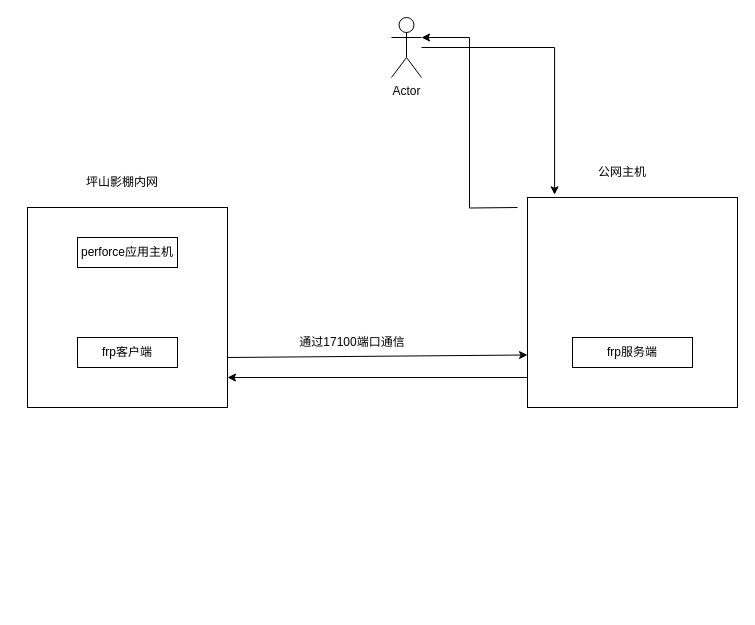
Above: 影棚网络.drawio in phh2008/gotest2 (draw.io), before the change. Source tidied: cells renumbered, new cells numbered last; positions are measured from the earlier drawing's top-left corner, leaving out a move shared by most shapes. Both pictures are drawn from the tidied source at 100%, with x=0, y=0 at pixel (27, 17). Pictures stored in the file or linked from it are replaced by grey dashed boxes.
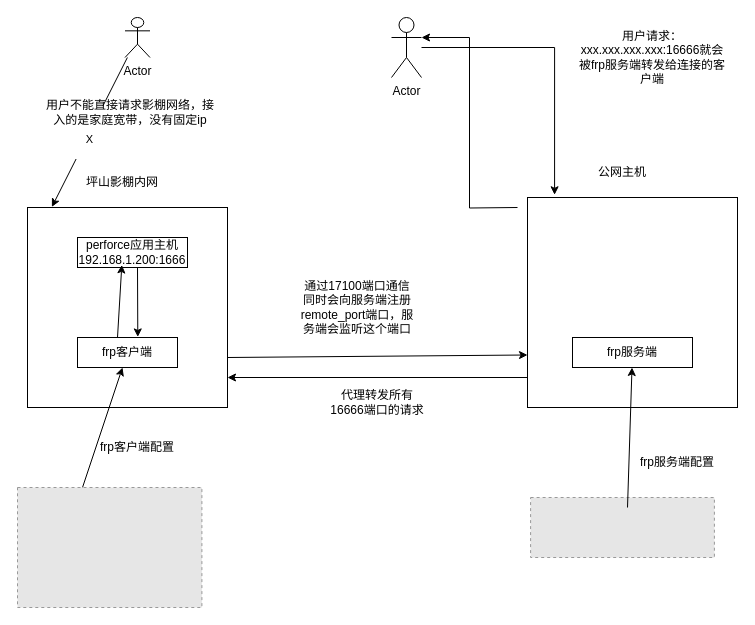
After the change.

Commit message (it also covers changes not shown here):
更新影棚网络.drawio

Unchanged cells that the change refers to:
```xml
<mxCell id="2" style="whiteSpace=wrap;html=1;" parent="1" vertex="1">
  <mxGeometry y="190" width="200" height="200" as="geometry" />
</mxCell>
<mxCell id="5" value="frp客户端" style="rounded=0;whiteSpace=wrap;html=1;" parent="1" vertex="1">
  <mxGeometry x="50" y="320" width="100" height="30" as="geometry" />
</mxCell>
<mxCell id="9" value="frp服务端" style="rounded=0;whiteSpace=wrap;html=1;" parent="1" vertex="1">
  <mxGeometry x="545" y="320" width="120" height="30" as="geometry" />
</mxCell>
```

What changed in the source:
```diff
@@
-    <mxCell id="4" value="perforce应用主机" style="rounded=0;whiteSpace=wrap;html=1;" parent="1" vertex="1">
-      <mxGeometry x="50" y="220" width="100" height="30" as="geometry" />
+    <mxCell id="4" value="perforce应用主机&lt;br&gt;192.168.1.200:1666" style="rounded=0;whiteSpace=wrap;html=1;" parent="1" vertex="1">
+      <mxGeometry x="50" y="220" width="110" height="30" as="geometry" />
     </mxCell>
@@
-    <mxCell id="14" value="通过17100端口通信" style="text;html=1;strokeColor=none;fillColor=none;align=center;verticalAlign=middle;whiteSpace=wrap;rounded=0;" parent="1" vertex="1">
-      <mxGeometry x="270" y="310" width="110" height="30" as="geometry" />
+    <mxCell id="14" value="通过17100端口通信&lt;br&gt;同时会向服务端注册remote_port端口，服务端会监听这个端口" style="text;html=1;strokeColor=none;fillColor=none;align=center;verticalAlign=middle;whiteSpace=wrap;rounded=0;" parent="1" vertex="1">
+      <mxGeometry x="270" y="275" width="120" height="30" as="geometry" />
     </mxCell>
+    <mxCell id="15" value="用户请求：xxx.xxx.xxx.xxx:16666就会被frp服务端转发给连接的客户端" style="text;html=1;strokeColor=none;fillColor=none;align=center;verticalAlign=middle;whiteSpace=wrap;rounded=0;" parent="1" vertex="1">
+      <mxGeometry x="550" y="30" width="150" height="20" as="geometry" />
+    </mxCell>
+    <mxCell id="16" style="endArrow=classic;html=1;rounded=0;" parent="1" edge="1" target="5">
+      <mxGeometry relative="1" as="geometry">
+        <mxPoint x="55" y="470" as="sourcePoint" />
+      </mxGeometry>
+    </mxCell>
+    <mxCell id="17" value="frp客户端配置" style="text;html=1;strokeColor=none;fillColor=none;align=center;verticalAlign=middle;whiteSpace=wrap;rounded=0;" parent="1" vertex="1">
+      <mxGeometry x="70" y="420" width="80" height="20" as="geometry" />
+    </mxCell>
+    <mxCell id="18" style="fillColor=#E6E6E6;strokeColor=#999999;dashed=1;verticalLabelPosition=bottom;labelBackgroundColor=default;verticalAlign=top;" parent="1" vertex="1">
+      <mxGeometry x="503.1" y="480" width="183.8" height="60" as="geometry" />
+    </mxCell>
+    <mxCell id="19" style="endArrow=classic;html=1;rounded=0;" parent="1" edge="1" target="9">
+      <mxGeometry relative="1" as="geometry">
+        <mxPoint x="600" y="490" as="sourcePoint" />
+      </mxGeometry>
+    </mxCell>
+    <mxCell id="20" value="frp服务端配置" style="text;html=1;strokeColor=none;fillColor=none;align=center;verticalAlign=middle;whiteSpace=wrap;rounded=0;" parent="1" vertex="1">
+      <mxGeometry x="610" y="430" width="80" height="30" as="geometry" />
+    </mxCell>
+    <mxCell id="21" value="代理转发所有16666端口的请求" style="text;html=1;strokeColor=none;fillColor=none;align=center;verticalAlign=middle;whiteSpace=wrap;rounded=0;" parent="1" vertex="1">
+      <mxGeometry x="300" y="370" width="100" height="30" as="geometry" />
+    </mxCell>
+    <mxCell id="22" style="endArrow=classic;html=1;rounded=0;entryX=0.403;entryY=0.914;entryDx=0;entryDy=0;entryPerimeter=0;" parent="1" edge="1" target="4">
+      <mxGeometry relative="1" as="geometry">
+        <mxPoint x="90" y="320" as="sourcePoint" />
+      </mxGeometry>
+    </mxCell>
+    <mxCell id="23" style="endArrow=classic;html=1;rounded=0;entryX=0.603;entryY=-0.019;entryDx=0;entryDy=0;entryPerimeter=0;" parent="1" edge="1" target="5">
+      <mxGeometry relative="1" as="geometry">
+        <mxPoint x="110" y="250" as="sourcePoint" />
+      </mxGeometry>
+    </mxCell>
+    <mxCell id="24" value="Actor" style="shape=umlActor;verticalLabelPosition=bottom;verticalAlign=top;html=1;outlineConnect=0;" parent="1" vertex="1">
+      <mxGeometry x="97.5" width="25" height="40" as="geometry" />
+    </mxCell>
+    <mxCell id="25" value="&lt;br&gt;&lt;br&gt;X&lt;br&gt;&amp;nbsp; &amp;nbsp; &amp;nbsp; &amp;nbsp; &amp;nbsp; &amp;nbsp; &amp;nbsp;" style="endArrow=classic;html=1;rounded=0;entryX=0.122;entryY=-0.003;entryDx=0;entryDy=0;entryPerimeter=0;" parent="1" edge="1" source="24" target="2">
+      <mxGeometry relative="1" as="geometry" />
+    </mxCell>
+    <mxCell id="26" value="用户不能直接请求影棚网络，接入的是家庭宽带，没有固定ip" style="text;html=1;strokeColor=none;fillColor=none;align=center;verticalAlign=middle;whiteSpace=wrap;rounded=0;" parent="1" vertex="1">
+      <mxGeometry x="18.4" y="80" width="170" height="30" as="geometry" />
+    </mxCell>
+    <mxCell id="27" style="fillColor=#E6E6E6;strokeColor=#999999;dashed=1;verticalLabelPosition=bottom;labelBackgroundColor=default;verticalAlign=top;" parent="1" vertex="1">
+      <mxGeometry x="-10" y="470" width="184.4" height="120" as="geometry" />
+    </mxCell>
```
